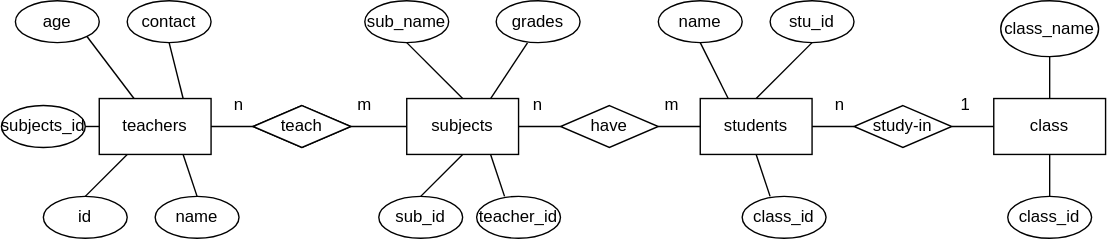
The draw.io diagram Lab1/ERD.drawio.svg in Burton0703/Database-Labs, before a commit. Source tidied: cells renumbered, new cells last; positions are measured from the earlier drawing's top-left corner, leaving out a move shared by most shapes.
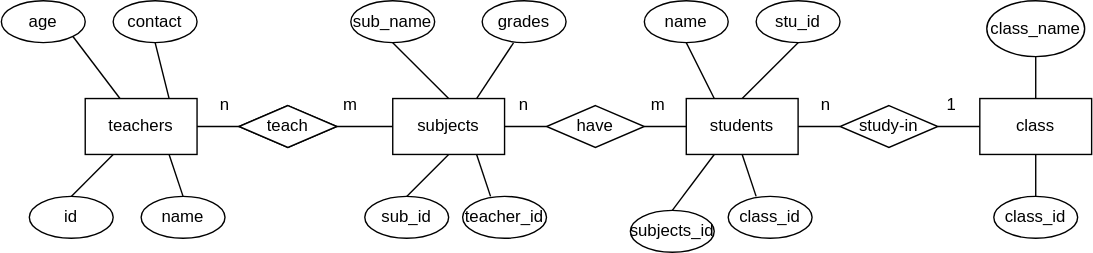
Later version of the same file.

Diff of the diagram source:
```diff
@@ -143,17 +143,17 @@
     <mxCell id="46" style="endArrow=none;html=1;rounded=0;exitX=0.75;exitY=1;exitDx=0;exitDy=0;entryX=0.5;entryY=0;entryDx=0;entryDy=0;" parent="1" edge="1" source="2" target="45">
       <mxGeometry relative="1" as="geometry" />
     </mxCell>
-    <mxCell id="47" style="endArrow=none;html=1;rounded=0;exitX=0;exitY=0.5;exitDx=0;exitDy=0;entryX=1;entryY=0.5;entryDx=0;entryDy=0;" parent="1" edge="1" source="2" target="48">
-      <mxGeometry relative="1" as="geometry" />
-    </mxCell>
-    <mxCell id="48" value="subjects_id" style="ellipse;whiteSpace=wrap;html=1;" parent="1" vertex="1">
-      <mxGeometry y="75" width="60" height="30" as="geometry" />
-    </mxCell>
     <mxCell id="49" value="teacher_id" style="ellipse;whiteSpace=wrap;html=1;" parent="1" vertex="1">
       <mxGeometry x="340" y="140" width="60" height="30" as="geometry" />
     </mxCell>
     <mxCell id="50" style="endArrow=none;html=1;rounded=0;exitX=0.333;exitY=0;exitDx=0;exitDy=0;exitPerimeter=0;entryX=0.75;entryY=1;entryDx=0;entryDy=0;" parent="1" edge="1" source="49" target="3">
       <mxGeometry relative="1" as="geometry" />
     </mxCell>
+    <mxCell id="51" style="endArrow=none;html=1;rounded=0;entryX=0.25;entryY=1;entryDx=0;entryDy=0;exitX=0.5;exitY=0;exitDx=0;exitDy=0;" parent="1" edge="1" source="48" target="4">
+      <mxGeometry relative="1" as="geometry" />
+    </mxCell>
+    <mxCell id="48" value="subjects_id" style="ellipse;whiteSpace=wrap;html=1;" parent="1" vertex="1">
+      <mxGeometry x="460" y="150" width="60" height="30" as="geometry" />
+    </mxCell>
   </root>
 </mxGraphModel>
```
